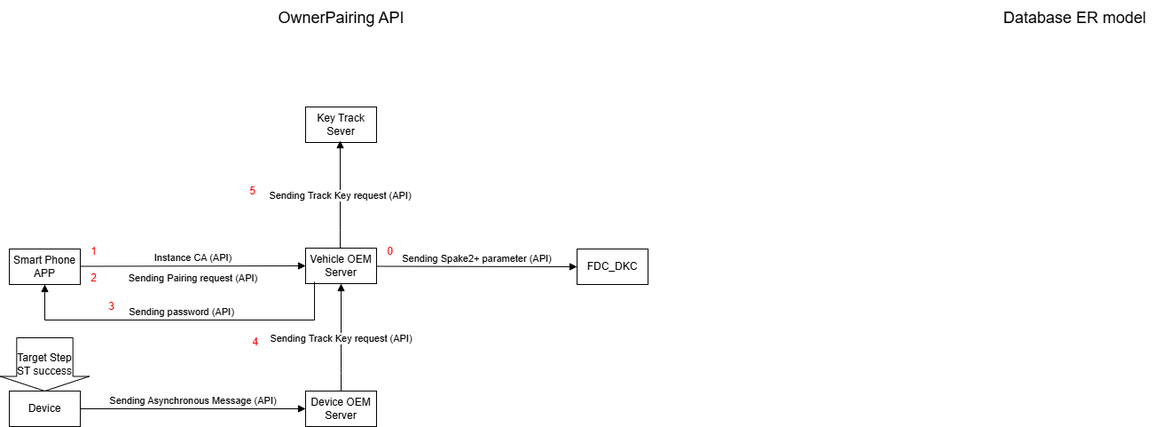
Before: IoVOwnerPairingAPI.drawio.png, a diagram exported from draw.io (LaurenHsu31/DKC). Source tidied: cells renumbered, new cells last; positions are measured from the earlier drawing's top-left corner, leaving out a move shared by most shapes.
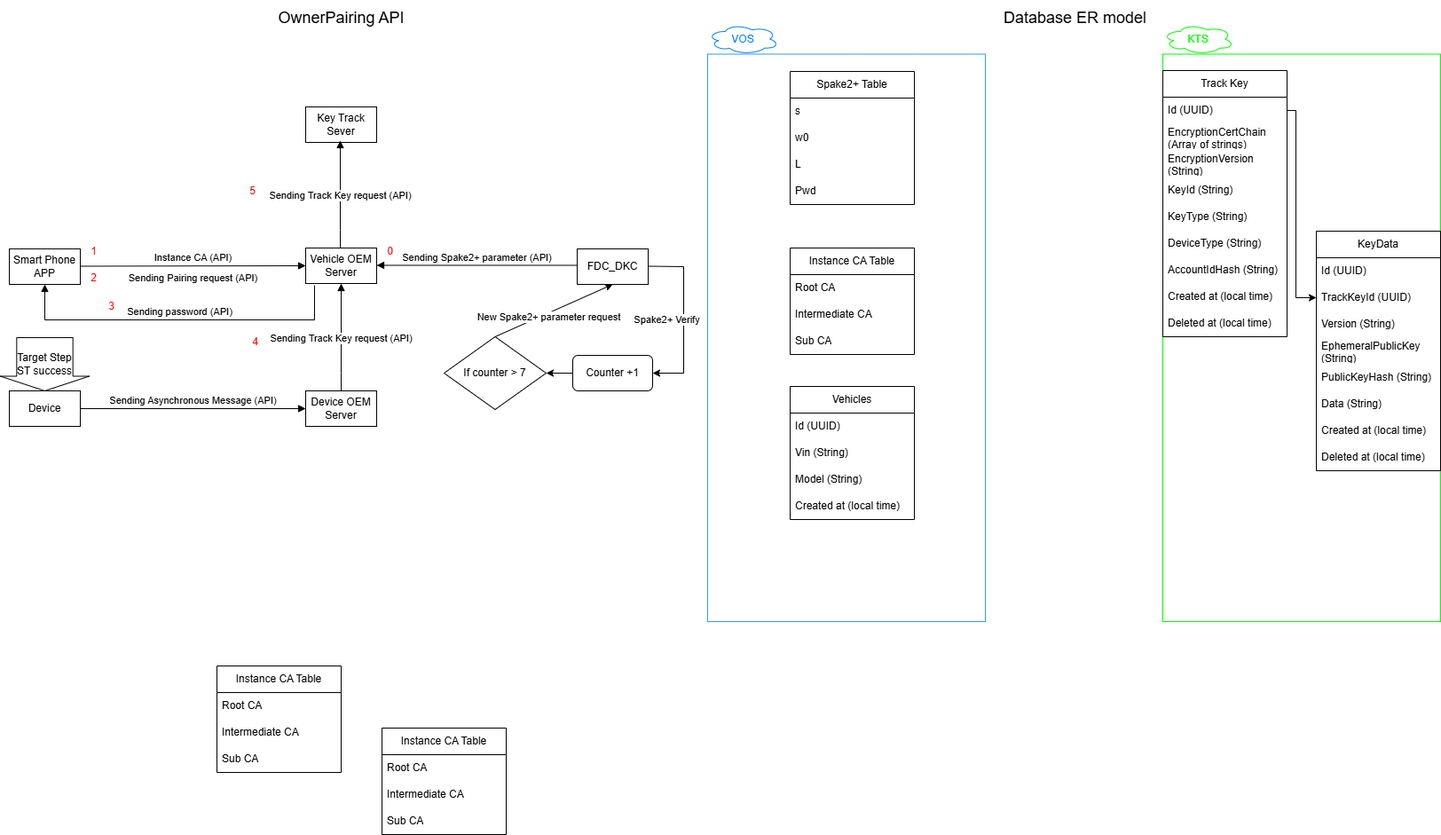
The same file after the commit.

Change to the diagram source:
```diff
@@ -1,4 +1,4 @@
-<mxGraphModel>
+<mxGraphModel background="#ffffff">
   <root>
     <mxCell id="0" />
     <mxCell id="1" parent="0" />
@@ -26,11 +26,6 @@
     <mxCell id="9" value="FDC_DKC" style="rounded=0;whiteSpace=wrap;html=1;" parent="1" vertex="1">
       <mxGeometry x="650" y="280" width="80" height="40" as="geometry" />
     </mxCell>
-    <mxCell id="10" value="Sending Spake2+ parameter (API)" style="html=1;verticalAlign=bottom;endArrow=block;edgeStyle=elbowEdgeStyle;elbow=vertical;curved=0;rounded=0;entryX=0;entryY=0.5;entryDx=0;entryDy=0;" parent="1" edge="1" target="9">
-      <mxGeometry relative="1" as="geometry">
-        <mxPoint x="424" y="299.5" as="sourcePoint" />
-      </mxGeometry>
-    </mxCell>
     <mxCell id="11" value="Sending Track Key request (API)" style="html=1;verticalAlign=bottom;endArrow=block;edgeStyle=elbowEdgeStyle;elbow=vertical;curved=0;rounded=0;entryX=0.5;entryY=1;entryDx=0;entryDy=0;" parent="1" edge="1" target="3">
       <mxGeometry x="-0.17" relative="1" as="geometry">
         <mxPoint x="384" y="440" as="sourcePoint" />
@@ -80,8 +75,9 @@
     <mxCell id="21" value="&lt;font style=&quot;color: rgb(255, 0, 0);&quot;&gt;2&lt;/font&gt;&lt;span style=&quot;color: rgba(0, 0, 0, 0); font-family: monospace; font-size: 0px; text-align: start;&quot;&gt;%3CmxGraphModel%3E%3Croot%3E%3CmxCell%20id%3D%220%22%2F%3E%3CmxCell%20id%3D%221%22%20parent%3D%220%22%2F%3E%3CmxCell%20id%3D%222%22%20value%3D%22%26lt%3Bfont%20style%3D%26quot%3Bcolor%3A%20rgb(255%2C%200%2C%200)%3B%26quot%3B%26gt%3B1%26lt%3B%2Ffont%26gt%3B%22%20style%3D%22text%3Bhtml%3D1%3Balign%3Dcenter%3BverticalAlign%3Dmiddle%3Bresizable%3D0%3Bpoints%3D%5B%5D%3Bautosize%3D1%3BstrokeColor%3Dnone%3BfillColor%3Dnone%3B%22%20vertex%3D%221%22%20parent%3D%221%22%3E%3CmxGeometry%20x%3D%22454%22%20y%3D%22260%22%20width%3D%2230%22%20height%3D%2230%22%20as%3D%22geometry%22%2F%3E%3C%2FmxCell%3E%3C%2Froot%3E%3C%2FmxGraphModel%3E&lt;/span&gt;" style="text;html=1;align=center;verticalAlign=middle;strokeColor=none;fillColor=none;" parent="1" vertex="1">
       <mxGeometry x="90" y="298" width="30" height="30" as="geometry" />
     </mxCell>
-    <mxCell id="22" value="Sending password (API)" style="html=1;verticalAlign=bottom;endArrow=block;edgeStyle=elbowEdgeStyle;elbow=vertical;curved=0;rounded=0;exitX=0.125;exitY=0.95;exitDx=0;exitDy=0;exitPerimeter=0;" parent="1" edge="1" source="3">
+    <mxCell id="22" value="Sending password (API)" style="html=1;verticalAlign=bottom;endArrow=block;edgeStyle=elbowEdgeStyle;elbow=vertical;curved=0;rounded=0;" parent="1" edge="1">
       <mxGeometry relative="1" as="geometry">
+        <mxPoint x="354" y="321" as="sourcePoint" />
         <mxPoint x="50" y="320" as="targetPoint" />
         <Array as="points">
           <mxPoint x="477" y="360" />
@@ -91,5 +87,187 @@
     <mxCell id="23" value="&lt;font color=&quot;#ff0000&quot;&gt;3&lt;/font&gt;" style="text;html=1;align=center;verticalAlign=middle;strokeColor=none;fillColor=none;" parent="1" vertex="1">
       <mxGeometry x="110" y="330" width="30" height="30" as="geometry" />
     </mxCell>
+    <mxCell id="24" value="Spake2+ Table" style="swimlane;fontStyle=0;horizontal=1;startSize=30;whiteSpace=wrap;html=1;" parent="1" vertex="1">
+      <mxGeometry x="890" y="80" width="140" height="150" as="geometry" />
+    </mxCell>
+    <mxCell id="25" value="s" style="text;strokeColor=none;fillColor=none;align=left;verticalAlign=middle;spacingLeft=4;spacingRight=4;overflow=hidden;whiteSpace=wrap;html=1;" parent="24" vertex="1">
+      <mxGeometry y="30" width="140" height="30" as="geometry" />
+    </mxCell>
+    <mxCell id="26" value="w0" style="text;strokeColor=none;fillColor=none;align=left;verticalAlign=middle;spacingLeft=4;spacingRight=4;overflow=hidden;whiteSpace=wrap;html=1;" parent="24" vertex="1">
+      <mxGeometry y="60" width="140" height="30" as="geometry" />
+    </mxCell>
+    <mxCell id="27" value="L" style="text;strokeColor=none;fillColor=none;align=left;verticalAlign=middle;spacingLeft=4;spacingRight=4;overflow=hidden;whiteSpace=wrap;html=1;" parent="24" vertex="1">
+      <mxGeometry y="90" width="140" height="30" as="geometry" />
+    </mxCell>
+    <mxCell id="28" value="Pwd" style="text;strokeColor=none;fillColor=none;align=left;verticalAlign=middle;spacingLeft=4;spacingRight=4;overflow=hidden;whiteSpace=wrap;html=1;" parent="24" vertex="1">
+      <mxGeometry y="120" width="140" height="30" as="geometry" />
+    </mxCell>
+    <mxCell id="29" value="Instance CA Table" style="swimlane;fontStyle=0;horizontal=1;startSize=30;whiteSpace=wrap;html=1;" parent="1" vertex="1">
+      <mxGeometry x="890" y="279" width="140" height="120" as="geometry" />
+    </mxCell>
+    <mxCell id="30" value="Root CA" style="text;strokeColor=none;fillColor=none;align=left;verticalAlign=middle;spacingLeft=4;spacingRight=4;overflow=hidden;whiteSpace=wrap;html=1;" parent="29" vertex="1">
+      <mxGeometry y="30" width="140" height="30" as="geometry" />
+    </mxCell>
+    <mxCell id="31" value="Intermediate CA" style="text;strokeColor=none;fillColor=none;align=left;verticalAlign=middle;spacingLeft=4;spacingRight=4;overflow=hidden;whiteSpace=wrap;html=1;" parent="29" vertex="1">
+      <mxGeometry y="60" width="140" height="30" as="geometry" />
+    </mxCell>
+    <mxCell id="32" value="Sub CA" style="text;strokeColor=none;fillColor=none;align=left;verticalAlign=middle;spacingLeft=4;spacingRight=4;overflow=hidden;whiteSpace=wrap;html=1;" parent="29" vertex="1">
+      <mxGeometry y="90" width="140" height="30" as="geometry" />
+    </mxCell>
+    <mxCell id="33" style="rounded=0;whiteSpace=wrap;html=1;fillColor=none;strokeColor=#3399FF;" parent="1" vertex="1">
+      <mxGeometry x="797" y="60.5" width="313" height="639.5" as="geometry" />
+    </mxCell>
+    <mxCell id="34" value="&lt;font style=&quot;color: rgb(0, 127, 255);&quot;&gt;VOS&lt;/font&gt;" style="ellipse;shape=cloud;whiteSpace=wrap;html=1;strokeColor=#007FFF;" parent="1" vertex="1">
+      <mxGeometry x="797" y="26.5" width="80" height="34" as="geometry" />
+    </mxCell>
+    <mxCell id="35" style="rounded=0;whiteSpace=wrap;html=1;fillColor=none;strokeColor=#00FF00;" parent="1" vertex="1">
+      <mxGeometry x="1310" y="60.5" width="313" height="639.5" as="geometry" />
+    </mxCell>
+    <mxCell id="36" value="&lt;font style=&quot;color: rgb(0, 255, 0);&quot;&gt;KTS&lt;/font&gt;" style="ellipse;shape=cloud;whiteSpace=wrap;html=1;strokeColor=#00FF00;" parent="1" vertex="1">
+      <mxGeometry x="1310" y="26.5" width="80" height="34" as="geometry" />
+    </mxCell>
+    <mxCell id="37" value="Vehicles" style="swimlane;fontStyle=0;horizontal=1;startSize=30;whiteSpace=wrap;html=1;" parent="1" vertex="1">
+      <mxGeometry x="890" y="435" width="140" height="150" as="geometry" />
+    </mxCell>
+    <mxCell id="38" value="Id (UUID)" style="text;strokeColor=none;fillColor=none;align=left;verticalAlign=middle;spacingLeft=4;spacingRight=4;overflow=hidden;whiteSpace=wrap;html=1;" parent="37" vertex="1">
+      <mxGeometry y="30" width="140" height="30" as="geometry" />
+    </mxCell>
+    <mxCell id="39" value="Vin (String)" style="text;strokeColor=none;fillColor=none;align=left;verticalAlign=middle;spacingLeft=4;spacingRight=4;overflow=hidden;whiteSpace=wrap;html=1;" parent="37" vertex="1">
+      <mxGeometry y="60" width="140" height="30" as="geometry" />
+    </mxCell>
+    <mxCell id="40" value="Model (String)" style="text;strokeColor=none;fillColor=none;align=left;verticalAlign=middle;spacingLeft=4;spacingRight=4;overflow=hidden;whiteSpace=wrap;html=1;" parent="37" vertex="1">
+      <mxGeometry y="90" width="140" height="30" as="geometry" />
+    </mxCell>
+    <mxCell id="41" value="Created at (local time)" style="text;strokeColor=none;fillColor=none;align=left;verticalAlign=middle;spacingLeft=4;spacingRight=4;overflow=hidden;whiteSpace=wrap;html=1;" parent="37" vertex="1">
+      <mxGeometry y="120" width="140" height="30" as="geometry" />
+    </mxCell>
+    <mxCell id="42" value="Counter +1" style="rounded=1;whiteSpace=wrap;html=1;" parent="1" vertex="1">
+      <mxGeometry x="645" y="400" width="90" height="40" as="geometry" />
+    </mxCell>
+    <mxCell id="43" style="edgeStyle=none;jettySize=auto;html=1;rounded=0;entryX=1;entryY=0.5;entryDx=0;entryDy=0;" parent="1" edge="1" target="42">
+      <mxGeometry relative="1" as="geometry">
+        <mxPoint x="730" y="299.5" as="sourcePoint" />
+        <Array as="points">
+          <mxPoint x="770" y="300" />
+          <mxPoint x="770" y="420" />
+        </Array>
+      </mxGeometry>
+    </mxCell>
+    <mxCell id="44" value="Spake2+ Verify" style="edgeLabel;html=1;align=center;verticalAlign=middle;" parent="43" vertex="1">
+      <mxGeometry x="0.01" y="-1" relative="1" as="geometry">
+        <mxPoint x="-19" y="2" as="offset" />
+      </mxGeometry>
+    </mxCell>
+    <mxCell id="45" value="If counter &amp;gt; 7" style="rhombus;whiteSpace=wrap;html=1;" parent="1" vertex="1">
+      <mxGeometry x="500" y="379" width="115" height="82" as="geometry" />
+    </mxCell>
+    <mxCell id="46" style="edgeStyle=none;jettySize=auto;html=1;rounded=0;exitX=0;exitY=0.5;exitDx=0;exitDy=0;entryX=1;entryY=0.5;entryDx=0;entryDy=0;" parent="1" edge="1" source="42" target="45">
+      <mxGeometry relative="1" as="geometry" />
+    </mxCell>
+    <mxCell id="47" style="edgeStyle=none;jettySize=auto;html=1;rounded=0;exitX=0.5;exitY=0;exitDx=0;exitDy=0;entryX=0.5;entryY=1;entryDx=0;entryDy=0;" parent="1" edge="1" source="45" target="9">
+      <mxGeometry relative="1" as="geometry" />
+    </mxCell>
+    <mxCell id="48" value="New Spake2+ parameter request" style="edgeLabel;html=1;align=center;verticalAlign=middle;" parent="47" vertex="1">
+      <mxGeometry x="-0.11" y="-4" relative="1" as="geometry">
+        <mxPoint x="-1" as="offset" />
+      </mxGeometry>
+    </mxCell>
+    <mxCell id="10" value="Sending Spake2+ parameter (API)" style="html=1;verticalAlign=bottom;endArrow=block;edgeStyle=elbowEdgeStyle;elbow=vertical;curved=0;rounded=0;entryX=1;entryY=0.5;entryDx=0;entryDy=0;" parent="1" edge="1" target="3">
+      <mxGeometry relative="1" as="geometry">
+        <mxPoint x="650" y="298.5" as="sourcePoint" />
+        <Array as="points">
+          <mxPoint x="640" y="298.5" />
+        </Array>
+      </mxGeometry>
+    </mxCell>
+    <mxCell id="49" value="Instance CA Table" style="swimlane;fontStyle=0;horizontal=1;startSize=30;whiteSpace=wrap;html=1;" parent="1" vertex="1">
+      <mxGeometry x="430" y="820" width="140" height="120" as="geometry" />
+    </mxCell>
+    <mxCell id="50" value="Root CA" style="text;strokeColor=none;fillColor=none;align=left;verticalAlign=middle;spacingLeft=4;spacingRight=4;overflow=hidden;whiteSpace=wrap;html=1;" parent="49" vertex="1">
+      <mxGeometry y="30" width="140" height="30" as="geometry" />
+    </mxCell>
+    <mxCell id="51" value="Intermediate CA" style="text;strokeColor=none;fillColor=none;align=left;verticalAlign=middle;spacingLeft=4;spacingRight=4;overflow=hidden;whiteSpace=wrap;html=1;" parent="49" vertex="1">
+      <mxGeometry y="60" width="140" height="30" as="geometry" />
+    </mxCell>
+    <mxCell id="52" value="Sub CA" style="text;strokeColor=none;fillColor=none;align=left;verticalAlign=middle;spacingLeft=4;spacingRight=4;overflow=hidden;whiteSpace=wrap;html=1;" parent="49" vertex="1">
+      <mxGeometry y="90" width="140" height="30" as="geometry" />
+    </mxCell>
+    <mxCell id="53" value="KeyData" style="swimlane;fontStyle=0;horizontal=1;startSize=30;whiteSpace=wrap;html=1;" parent="1" vertex="1">
+      <mxGeometry x="1483" y="260" width="140" height="270" as="geometry" />
+    </mxCell>
+    <mxCell id="54" value="Id (UUID)" style="text;strokeColor=none;fillColor=none;align=left;verticalAlign=middle;spacingLeft=4;spacingRight=4;overflow=hidden;whiteSpace=wrap;html=1;" parent="53" vertex="1">
+      <mxGeometry y="30" width="140" height="30" as="geometry" />
+    </mxCell>
+    <mxCell id="55" value="TrackKeyId (UUID)" style="text;strokeColor=none;fillColor=none;align=left;verticalAlign=middle;spacingLeft=4;spacingRight=4;overflow=hidden;points=[[0,0.5],[1,0.5]];portConstraint=eastwest;whiteSpace=wrap;html=1;" parent="53" vertex="1">
+      <mxGeometry y="60" width="140" height="30" as="geometry" />
+    </mxCell>
+    <mxCell id="56" value="Version (String)" style="text;strokeColor=none;fillColor=none;align=left;verticalAlign=middle;spacingLeft=4;spacingRight=4;overflow=hidden;whiteSpace=wrap;html=1;" parent="53" vertex="1">
+      <mxGeometry y="90" width="140" height="30" as="geometry" />
+    </mxCell>
+    <mxCell id="57" value="EphemeralPublicKey (String)" style="text;strokeColor=none;fillColor=none;align=left;verticalAlign=middle;spacingLeft=4;spacingRight=4;overflow=hidden;whiteSpace=wrap;html=1;" parent="53" vertex="1">
+      <mxGeometry y="120" width="140" height="30" as="geometry" />
+    </mxCell>
+    <mxCell id="58" value="PublicKeyHash (String)" style="text;strokeColor=none;fillColor=none;align=left;verticalAlign=middle;spacingLeft=4;spacingRight=4;overflow=hidden;whiteSpace=wrap;html=1;" parent="53" vertex="1">
+      <mxGeometry y="150" width="140" height="30" as="geometry" />
+    </mxCell>
+    <mxCell id="59" value="Data (String)" style="text;strokeColor=none;fillColor=none;align=left;verticalAlign=middle;spacingLeft=4;spacingRight=4;overflow=hidden;whiteSpace=wrap;html=1;" parent="53" vertex="1">
+      <mxGeometry y="180" width="140" height="30" as="geometry" />
+    </mxCell>
+    <mxCell id="60" value="Created at (local time)" style="text;strokeColor=none;fillColor=none;align=left;verticalAlign=middle;spacingLeft=4;spacingRight=4;overflow=hidden;whiteSpace=wrap;html=1;" parent="53" vertex="1">
+      <mxGeometry y="210" width="140" height="30" as="geometry" />
+    </mxCell>
+    <mxCell id="61" value="Deleted at (local time)" style="text;strokeColor=none;fillColor=none;align=left;verticalAlign=middle;spacingLeft=4;spacingRight=4;overflow=hidden;whiteSpace=wrap;html=1;" parent="53" vertex="1">
+      <mxGeometry y="240" width="140" height="30" as="geometry" />
+    </mxCell>
+    <mxCell id="62" value="Track Key" style="swimlane;fontStyle=0;horizontal=1;startSize=30;whiteSpace=wrap;html=1;" parent="1" vertex="1">
+      <mxGeometry x="1310" y="79" width="140" height="300" as="geometry" />
+    </mxCell>
+    <mxCell id="63" value="Id (UUID)" style="text;strokeColor=none;fillColor=none;align=left;verticalAlign=middle;spacingLeft=4;spacingRight=4;overflow=hidden;points=[[0,0.5],[1,0.5]];portConstraint=eastwest;whiteSpace=wrap;html=1;" parent="62" vertex="1">
+      <mxGeometry y="30" width="140" height="30" as="geometry" />
+    </mxCell>
+    <mxCell id="64" value="EncryptionCertChain (Array of strings)" style="text;strokeColor=none;fillColor=none;align=left;verticalAlign=middle;spacingLeft=4;spacingRight=4;overflow=hidden;whiteSpace=wrap;html=1;" parent="62" vertex="1">
+      <mxGeometry y="60" width="140" height="30" as="geometry" />
+    </mxCell>
+    <mxCell id="65" value="EncryptionVersion (String)" style="text;strokeColor=none;fillColor=none;align=left;verticalAlign=middle;spacingLeft=4;spacingRight=4;overflow=hidden;whiteSpace=wrap;html=1;" parent="62" vertex="1">
+      <mxGeometry y="90" width="140" height="30" as="geometry" />
+    </mxCell>
+    <mxCell id="66" value="KeyId (String)" style="text;strokeColor=none;fillColor=none;align=left;verticalAlign=middle;spacingLeft=4;spacingRight=4;overflow=hidden;whiteSpace=wrap;html=1;" parent="62" vertex="1">
+      <mxGeometry y="120" width="140" height="30" as="geometry" />
+    </mxCell>
+    <mxCell id="67" value="KeyType (String)" style="text;strokeColor=none;fillColor=none;align=left;verticalAlign=middle;spacingLeft=4;spacingRight=4;overflow=hidden;whiteSpace=wrap;html=1;" parent="62" vertex="1">
+      <mxGeometry y="150" width="140" height="30" as="geometry" />
+    </mxCell>
+    <mxCell id="68" value="DeviceType (String)" style="text;strokeColor=none;fillColor=none;align=left;verticalAlign=middle;spacingLeft=4;spacingRight=4;overflow=hidden;whiteSpace=wrap;html=1;" parent="62" vertex="1">
+      <mxGeometry y="180" width="140" height="30" as="geometry" />
+    </mxCell>
+    <mxCell id="69" value="AccountIdHash (String)" style="text;strokeColor=none;fillColor=none;align=left;verticalAlign=middle;spacingLeft=4;spacingRight=4;overflow=hidden;whiteSpace=wrap;html=1;" parent="62" vertex="1">
+      <mxGeometry y="210" width="140" height="30" as="geometry" />
+    </mxCell>
+    <mxCell id="70" value="Created at (local time)" style="text;strokeColor=none;fillColor=none;align=left;verticalAlign=middle;spacingLeft=4;spacingRight=4;overflow=hidden;whiteSpace=wrap;html=1;" parent="62" vertex="1">
+      <mxGeometry y="240" width="140" height="30" as="geometry" />
+    </mxCell>
+    <mxCell id="71" value="Deleted at (local time)" style="text;strokeColor=none;fillColor=none;align=left;verticalAlign=middle;spacingLeft=4;spacingRight=4;overflow=hidden;whiteSpace=wrap;html=1;" parent="62" vertex="1">
+      <mxGeometry y="270" width="140" height="30" as="geometry" />
+    </mxCell>
+    <mxCell id="72" value="Instance CA Table" style="swimlane;fontStyle=0;horizontal=1;startSize=30;whiteSpace=wrap;html=1;" parent="1" vertex="1">
+      <mxGeometry x="244" y="750" width="140" height="120" as="geometry" />
+    </mxCell>
+    <mxCell id="73" value="Root CA" style="text;strokeColor=none;fillColor=none;align=left;verticalAlign=middle;spacingLeft=4;spacingRight=4;overflow=hidden;whiteSpace=wrap;html=1;" parent="72" vertex="1">
+      <mxGeometry y="30" width="140" height="30" as="geometry" />
+    </mxCell>
+    <mxCell id="74" value="Intermediate CA" style="text;strokeColor=none;fillColor=none;align=left;verticalAlign=middle;spacingLeft=4;spacingRight=4;overflow=hidden;whiteSpace=wrap;html=1;" parent="72" vertex="1">
+      <mxGeometry y="60" width="140" height="30" as="geometry" />
+    </mxCell>
+    <mxCell id="75" value="Sub CA" style="text;strokeColor=none;fillColor=none;align=left;verticalAlign=middle;spacingLeft=4;spacingRight=4;overflow=hidden;whiteSpace=wrap;html=1;" parent="72" vertex="1">
+      <mxGeometry y="90" width="140" height="30" as="geometry" />
+    </mxCell>
+    <mxCell id="76" style="endArrow=classic;html=1;rounded=0;exitX=1;exitY=0.5;exitDx=0;exitDy=0;entryX=0;entryY=0.5;entryDx=0;entryDy=0;" parent="1" edge="1" source="63" target="55">
+      <mxGeometry relative="1" as="geometry">
+        <Array as="points">
+          <mxPoint x="1460" y="124" />
+          <mxPoint x="1460" y="335" />
+        </Array>
+      </mxGeometry>
+    </mxCell>
   </root>
 </mxGraphModel>
```
